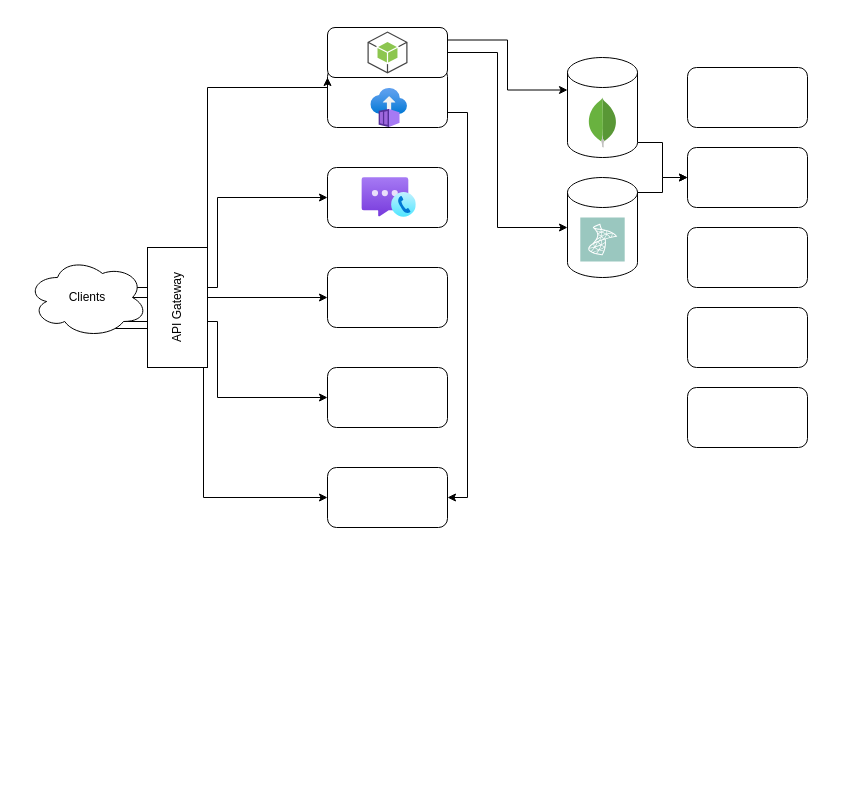
This is diseño de arquitectura.drawio from Josue-Echeverria/ProyectoDiseno, a draw.io file, before an edit. Source tidied: cells renumbered, new cells numbered last; positions are measured from the earlier drawing's top-left corner, leaving out a move shared by most shapes. Both pictures are drawn from the tidied source at 100%, with x=0, y=0 at pixel (27, 27). Pictures stored in the file or linked from it are replaced by grey dashed boxes.
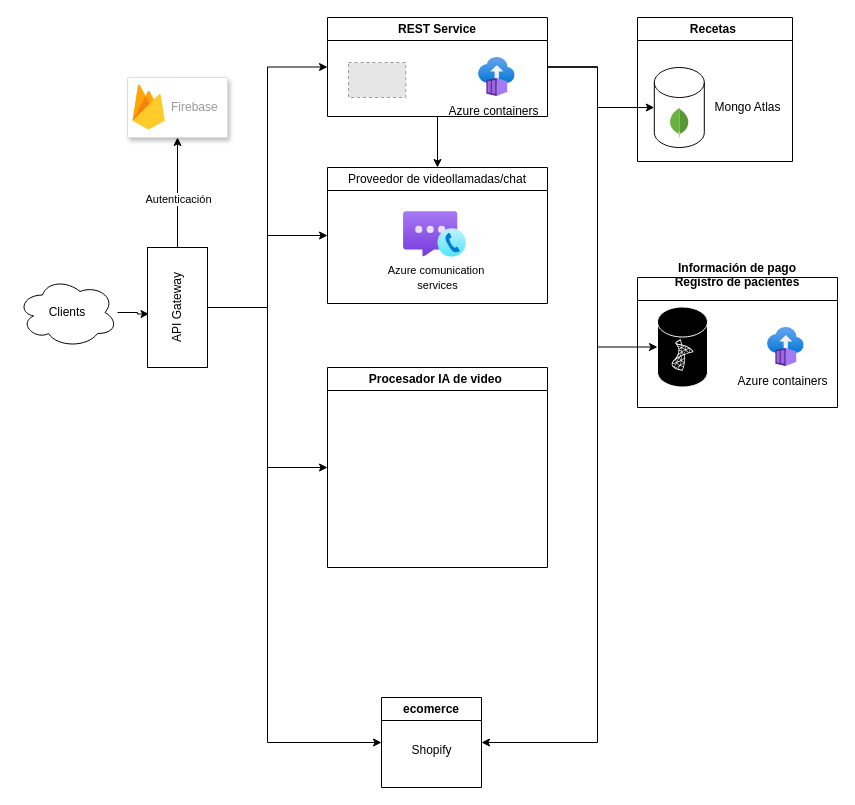
Above is the later version.

The edit, as a diff of the source:
```diff
@@
-    <mxCell id="2" style="edgeStyle=orthogonalEdgeStyle;rounded=0;jettySize=auto;html=1;exitX=1;exitY=0.75;exitDx=0;exitDy=0;entryX=1;entryY=0.5;entryDx=0;entryDy=0;" parent="1" edge="1" source="3" target="13">
-      <mxGeometry relative="1" as="geometry" />
-    </mxCell>
-    <mxCell id="3" style="rounded=1;whiteSpace=wrap;html=1;" parent="1" vertex="1">
-      <mxGeometry x="300" y="40" width="120" height="60" as="geometry" />
-    </mxCell>
-    <mxCell id="4" style="edgeStyle=orthogonalEdgeStyle;rounded=0;jettySize=auto;html=1;exitX=0.625;exitY=0.2;exitDx=0;exitDy=0;exitPerimeter=0;entryX=0;entryY=0.5;entryDx=0;entryDy=0;" parent="1" edge="1" source="8" target="10">
-      <mxGeometry relative="1" as="geometry">
-        <Array as="points">
-          <mxPoint x="75" y="260" />
-          <mxPoint x="190" y="260" />
-          <mxPoint x="190" y="170" />
-        </Array>
-      </mxGeometry>
-    </mxCell>
-    <mxCell id="5" style="edgeStyle=orthogonalEdgeStyle;rounded=0;jettySize=auto;html=1;exitX=0.875;exitY=0.5;exitDx=0;exitDy=0;exitPerimeter=0;" parent="1" edge="1" source="8" target="11">
-      <mxGeometry relative="1" as="geometry" />
-    </mxCell>
-    <mxCell id="6" style="edgeStyle=orthogonalEdgeStyle;rounded=0;jettySize=auto;html=1;exitX=0.8;exitY=0.8;exitDx=0;exitDy=0;exitPerimeter=0;entryX=0;entryY=0.5;entryDx=0;entryDy=0;" parent="1" edge="1" source="8" target="12">
-      <mxGeometry relative="1" as="geometry">
-        <Array as="points">
-          <mxPoint x="190" y="294" />
-          <mxPoint x="190" y="370" />
-        </Array>
-      </mxGeometry>
-    </mxCell>
-    <mxCell id="7" style="edgeStyle=orthogonalEdgeStyle;rounded=0;jettySize=auto;html=1;exitX=0.8;exitY=0.8;exitDx=0;exitDy=0;exitPerimeter=0;entryX=0;entryY=0.5;entryDx=0;entryDy=0;" parent="1" edge="1" target="13">
-      <mxGeometry relative="1" as="geometry">
-        <mxPoint x="50" y="300" as="sourcePoint" />
-        <Array as="points">
-          <mxPoint x="50" y="301" />
-          <mxPoint x="176" y="301" />
-          <mxPoint x="176" y="470" />
-        </Array>
-      </mxGeometry>
-    </mxCell>
     <mxCell id="8" value="Clients" style="ellipse;shape=cloud;whiteSpace=wrap;html=1;" parent="1" vertex="1">
-      <mxGeometry y="230" width="120" height="80" as="geometry" />
+      <mxGeometry x="-10" y="250" width="100" height="70" as="geometry" />
     </mxCell>
-    <mxCell id="9" style="rounded=1;whiteSpace=wrap;html=1;" parent="1" vertex="1">
-      <mxGeometry x="300" width="120" height="50" as="geometry" />
-    </mxCell>
-    <mxCell id="10" style="rounded=1;whiteSpace=wrap;html=1;" parent="1" vertex="1">
-      <mxGeometry x="300" y="140" width="120" height="60" as="geometry" />
-    </mxCell>
-    <mxCell id="11" style="rounded=1;whiteSpace=wrap;html=1;" parent="1" vertex="1">
-      <mxGeometry x="300" y="240" width="120" height="60" as="geometry" />
-    </mxCell>
-    <mxCell id="12" style="rounded=1;whiteSpace=wrap;html=1;" parent="1" vertex="1">
-      <mxGeometry x="300" y="340" width="120" height="60" as="geometry" />
-    </mxCell>
-    <mxCell id="13" style="rounded=1;whiteSpace=wrap;html=1;" parent="1" vertex="1">
-      <mxGeometry x="300" y="440" width="120" height="60" as="geometry" />
-    </mxCell>
-    <mxCell id="14" style="edgeStyle=orthogonalEdgeStyle;rounded=0;jettySize=auto;html=1;exitX=1;exitY=0;exitDx=0;exitDy=15;exitPerimeter=0;entryX=0;entryY=0.5;entryDx=0;entryDy=0;" parent="1" edge="1" source="15" target="19">
-      <mxGeometry relative="1" as="geometry" />
-    </mxCell>
+    <mxCell id="32" style="edgeStyle=orthogonalEdgeStyle;rounded=0;jettySize=auto;html=1;entryX=0;entryY=0.5;entryDx=0;entryDy=0;" parent="1" edge="1" source="24" target="42">
+      <mxGeometry relative="1" as="geometry" />
+    </mxCell>
+    <mxCell id="33" style="edgeStyle=orthogonalEdgeStyle;rounded=0;jettySize=auto;html=1;entryX=0;entryY=0.5;entryDx=0;entryDy=0;" parent="1" edge="1" source="24" target="47">
+      <mxGeometry relative="1" as="geometry" />
+    </mxCell>
+    <mxCell id="34" style="edgeStyle=orthogonalEdgeStyle;rounded=0;jettySize=auto;html=1;entryX=0;entryY=0.5;entryDx=0;entryDy=0;" parent="1" edge="1" source="24" target="45">
+      <mxGeometry relative="1" as="geometry">
+        <Array as="points">
+          <mxPoint x="240" y="280" />
+          <mxPoint x="240" y="715" />
+        </Array>
+      </mxGeometry>
+    </mxCell>
+    <mxCell id="35" style="edgeStyle=orthogonalEdgeStyle;rounded=0;jettySize=auto;html=1;entryX=0.5;entryY=1;entryDx=0;entryDy=0;" parent="1" edge="1" source="24" target="50">
+      <mxGeometry relative="1" as="geometry" />
+    </mxCell>
+    <mxCell id="36" value="Autenticación" style="edgeLabel;html=1;align=center;verticalAlign=middle;" parent="35" vertex="1">
+      <mxGeometry x="-0.11" relative="1" as="geometry" />
+    </mxCell>
+    <mxCell id="37" style="edgeStyle=orthogonalEdgeStyle;rounded=0;jettySize=auto;html=1;entryX=0;entryY=0.5;entryDx=0;entryDy=0;" parent="1" edge="1" source="24" target="38">
+      <mxGeometry relative="1" as="geometry" />
+    </mxCell>
+    <mxCell id="24" value="API Gateway" style="rounded=0;whiteSpace=wrap;html=1;rotation=-90;" parent="1" vertex="1">
+      <mxGeometry x="90" y="250" width="120" height="60" as="geometry" />
+    </mxCell>
+    <mxCell id="38" value="&lt;span style=&quot;font-weight: 400;&quot;&gt;Proveedor de videollamadas/chat&lt;/span&gt;" style="swimlane;whiteSpace=wrap;html=1;" parent="1" vertex="1">
+      <mxGeometry x="300" y="140" width="220" height="136" as="geometry" />
+    </mxCell>
+    <mxCell id="31" style="image;html=1;align=center;fontSize=12;image=img/lib/azure2/other/Azure_Communication_Services.svg;" parent="38" vertex="1">
+      <mxGeometry x="76.1" y="43.9" width="62.8" height="46.2" as="geometry" />
+    </mxCell>
+    <mxCell id="39" value="&lt;font style=&quot;font-size: 11px;&quot;&gt;Azure comunication&amp;nbsp;&lt;br&gt;services&lt;/font&gt;" style="text;html=1;align=center;verticalAlign=middle;strokeColor=none;fillColor=none;" parent="38" vertex="1">
+      <mxGeometry x="50" y="90.1" width="120" height="40" as="geometry" />
+    </mxCell>
+    <mxCell id="40" style="edgeStyle=orthogonalEdgeStyle;rounded=0;jettySize=auto;html=1;entryX=1;entryY=0.5;entryDx=0;entryDy=0;" parent="1" edge="1" source="42" target="45">
+      <mxGeometry relative="1" as="geometry">
+        <Array as="points">
+          <mxPoint x="570" y="40" />
+          <mxPoint x="570" y="715" />
+        </Array>
+      </mxGeometry>
+    </mxCell>
+    <mxCell id="41" style="edgeStyle=orthogonalEdgeStyle;rounded=0;jettySize=auto;html=1;" parent="1" edge="1" source="42" target="38">
+      <mxGeometry relative="1" as="geometry" />
+    </mxCell>
+    <mxCell id="42" value="REST Service" style="swimlane;whiteSpace=wrap;html=1;" parent="1" vertex="1">
+      <mxGeometry x="300" y="-10" width="220" height="99" as="geometry" />
+    </mxCell>
+    <mxCell id="43" style="fillColor=#E6E6E6;strokeColor=#999999;dashed=1;verticalLabelPosition=bottom;labelBackgroundColor=#ffffff;verticalAlign=top;" parent="42" vertex="1">
+      <mxGeometry x="21" y="45" width="57.3" height="35" as="geometry" />
+    </mxCell>
+    <mxCell id="44" style="edgeStyle=orthogonalEdgeStyle;rounded=0;jettySize=auto;html=1;entryX=0.446;entryY=0.025;entryDx=0;entryDy=0;entryPerimeter=0;" parent="1" edge="1" source="8" target="24">
+      <mxGeometry relative="1" as="geometry" />
+    </mxCell>
+    <mxCell id="45" value="ecomerce" style="swimlane;whiteSpace=wrap;html=1;startSize=23;" parent="1" vertex="1">
+      <mxGeometry x="354" y="670" width="100" height="90" as="geometry" />
+    </mxCell>
+    <mxCell id="46" value="Shopify" style="text;html=1;align=center;verticalAlign=middle;strokeColor=none;fillColor=none;" parent="45" vertex="1">
+      <mxGeometry x="20" y="38" width="60" height="30" as="geometry" />
+    </mxCell>
+    <mxCell id="47" value="Procesador IA de video&amp;nbsp;" style="swimlane;whiteSpace=wrap;html=1;" parent="1" vertex="1">
+      <mxGeometry x="300" y="340" width="220" height="200" as="geometry" />
+    </mxCell>
+    <mxCell id="48" style="edgeStyle=orthogonalEdgeStyle;rounded=0;jettySize=auto;html=1;entryX=0;entryY=0.5;entryDx=0;entryDy=0;entryPerimeter=0;" parent="1" edge="1" source="42" target="17">
+      <mxGeometry relative="1" as="geometry">
+        <Array as="points">
+          <mxPoint x="570" y="40" />
+          <mxPoint x="570" y="80" />
+        </Array>
+      </mxGeometry>
+    </mxCell>
+    <mxCell id="49" style="edgeStyle=orthogonalEdgeStyle;rounded=0;jettySize=auto;html=1;entryX=0;entryY=0.5;entryDx=0;entryDy=0;entryPerimeter=0;" parent="1" edge="1" source="42" target="15">
+      <mxGeometry relative="1" as="geometry">
+        <Array as="points">
+          <mxPoint x="570" y="40" />
+          <mxPoint x="570" y="320" />
+        </Array>
+      </mxGeometry>
+    </mxCell>
+    <mxCell id="50" style="strokeColor=#dddddd;shadow=1;strokeWidth=1;rounded=1;absoluteArcSize=1;arcSize=2;" parent="1" vertex="1">
+      <mxGeometry x="100" y="50" width="100" height="60" as="geometry" />
+    </mxCell>
+    <mxCell id="51" value="Firebase" style="sketch=0;dashed=0;html=1;fillColor=#5184F3;strokeColor=none;shape=mxgraph.gcp2.firebase;labelPosition=right;verticalLabelPosition=middle;align=left;verticalAlign=middle;spacingLeft=5;fontColor=#999999;fontSize=12;" parent="50" vertex="1">
+      <mxGeometry width="32.4" height="45" relative="1" as="geometry">
+        <mxPoint x="5" y="7" as="offset" />
+      </mxGeometry>
+    </mxCell>
+    <mxCell id="52" style="group;" parent="1" vertex="1">
+      <mxGeometry x="411" y="30" width="110" height="69" as="geometry" />
+    </mxCell>
+    <mxCell id="53" style="image;html=1;align=center;fontSize=12;image=img/lib/azure2/compute/Container_Instances.svg;strokeColor=default;verticalAlign=middle;fontFamily=Helvetica;fontColor=default;fontStyle=1;fillColor=default;" parent="52" vertex="1">
+      <mxGeometry x="40" width="36.7" height="39" as="geometry" />
+    </mxCell>
+    <mxCell id="54" value="Azure containers" style="text;html=1;align=center;verticalAlign=middle;strokeColor=none;fillColor=none;" parent="52" vertex="1">
+      <mxGeometry y="39" width="110" height="30" as="geometry" />
+    </mxCell>
+    <mxCell id="55" value="Información de pago&lt;br&gt;Registro de pacientes&lt;div&gt;&lt;br&gt;&lt;div&gt;&lt;br&gt;&lt;/div&gt;&lt;/div&gt;" style="swimlane;whiteSpace=wrap;html=1;" parent="1" vertex="1">
+      <mxGeometry x="610" y="250" width="200" height="130" as="geometry" />
+    </mxCell>
+    <mxCell id="56" style="group;" parent="55" vertex="1">
+      <mxGeometry x="90" y="50" width="110" height="69" as="geometry" />
+    </mxCell>
+    <mxCell id="26" style="image;html=1;align=center;fontSize=12;image=img/lib/azure2/compute/Container_Instances.svg;strokeColor=default;verticalAlign=middle;fontFamily=Helvetica;fontColor=default;fontStyle=1;fillColor=default;" parent="56" vertex="1">
+      <mxGeometry x="40" width="36.7" height="39" as="geometry" />
+    </mxCell>
+    <mxCell id="57" value="Azure containers" style="text;html=1;align=center;verticalAlign=middle;strokeColor=none;fillColor=none;" parent="56" vertex="1">
+      <mxGeometry y="39" width="110" height="30" as="geometry" />
+    </mxCell>
+    <mxCell id="58" style="group;" parent="55" vertex="1">
+      <mxGeometry y="29.5" width="90" height="115" as="geometry" />
+    </mxCell>
-    <mxCell id="15" style="shape=cylinder3;whiteSpace=wrap;html=1;boundedLbl=1;backgroundOutline=1;size=15;" parent="1" vertex="1">
-      <mxGeometry x="540" y="150" width="70" height="100" as="geometry" />
+    <mxCell id="15" style="shape=cylinder3;whiteSpace=wrap;html=1;boundedLbl=1;backgroundOutline=1;size=15;fillColor=#000000;gradientColor=none;strokeColor=#FFFFFF;" parent="58" vertex="1">
+      <mxGeometry x="20" width="50" height="80" as="geometry" />
     </mxCell>
-    <mxCell id="16" style="edgeStyle=orthogonalEdgeStyle;rounded=0;jettySize=auto;html=1;exitX=1;exitY=1;exitDx=0;exitDy=-15;exitPerimeter=0;entryX=0;entryY=0.5;entryDx=0;entryDy=0;" parent="1" edge="1" source="17" target="19">
-      <mxGeometry relative="1" as="geometry" />
-    </mxCell>
+    <mxCell id="28" style="sketch=0;shadow=1;dashed=0;html=1;strokeColor=none;fillColor=none;labelPosition=center;verticalLabelPosition=bottom;verticalAlign=top;align=center;shape=mxgraph.veeam2.microsoft_sql;strokeWidth=10;" parent="58" vertex="1">
+      <mxGeometry x="28.2" y="26" width="33.6" height="44" as="geometry" />
+    </mxCell>
+    <mxCell id="59" value="Recetas&amp;nbsp;" style="swimlane;whiteSpace=wrap;html=1;" parent="1" vertex="1">
+      <mxGeometry x="610" y="-10" width="155" height="144" as="geometry" />
+    </mxCell>
+    <mxCell id="60" style="group;" parent="59" vertex="1">
+      <mxGeometry x="16.8" y="50" width="50" height="80" as="geometry" />
+    </mxCell>
-    <mxCell id="17" style="shape=cylinder3;whiteSpace=wrap;html=1;boundedLbl=1;backgroundOutline=1;size=15;" parent="1" vertex="1">
-      <mxGeometry x="540" y="30" width="70" height="100" as="geometry" />
+    <mxCell id="17" style="shape=cylinder3;whiteSpace=wrap;html=1;boundedLbl=1;backgroundOutline=1;size=15;" parent="60" vertex="1">
+      <mxGeometry width="50" height="80" as="geometry" />
     </mxCell>
-    <mxCell id="18" style="rounded=1;whiteSpace=wrap;html=1;" parent="1" vertex="1">
-      <mxGeometry x="660" y="40" width="120" height="60" as="geometry" />
-    </mxCell>
-    <mxCell id="19" style="rounded=1;whiteSpace=wrap;html=1;" parent="1" vertex="1">
-      <mxGeometry x="660" y="120" width="120" height="60" as="geometry" />
-    </mxCell>
-    <mxCell id="20" style="rounded=1;whiteSpace=wrap;html=1;" parent="1" vertex="1">
-      <mxGeometry x="660" y="200" width="120" height="60" as="geometry" />
-    </mxCell>
-    <mxCell id="21" style="rounded=1;whiteSpace=wrap;html=1;" parent="1" vertex="1">
-      <mxGeometry x="660" y="280" width="120" height="60" as="geometry" />
-    </mxCell>
-    <mxCell id="22" style="rounded=1;whiteSpace=wrap;html=1;" parent="1" vertex="1">
-      <mxGeometry x="660" y="360" width="120" height="60" as="geometry" />
-    </mxCell>
-    <mxCell id="23" style="edgeStyle=orthogonalEdgeStyle;rounded=0;jettySize=auto;html=1;exitX=1;exitY=1;exitDx=0;exitDy=0;entryX=0;entryY=1;entryDx=0;entryDy=0;" parent="1" edge="1" source="24" target="9">
-      <mxGeometry relative="1" as="geometry">
-        <Array as="points">
-          <mxPoint x="180" y="60" />
-        </Array>
-      </mxGeometry>
-    </mxCell>
-    <mxCell id="24" value="API Gateway" style="rounded=0;whiteSpace=wrap;html=1;rotation=-90;" parent="1" vertex="1">
-      <mxGeometry x="90" y="250" width="120" height="60" as="geometry" />
-    </mxCell>
-    <mxCell id="25" style="dashed=0;verticalLabelPosition=bottom;verticalAlign=top;align=center;html=1;shape=mxgraph.aws3.android;fillColor=#8CC64F;gradientColor=none;strokeColor=default;fontFamily=Helvetica;fontSize=12;fontColor=default;fontStyle=1;" parent="1" vertex="1">
-      <mxGeometry x="340" y="4" width="40" height="42" as="geometry" />
-    </mxCell>
-    <mxCell id="26" style="image;html=1;align=center;fontSize=12;image=img/lib/azure2/compute/Container_Instances.svg;strokeColor=default;verticalAlign=middle;fontFamily=Helvetica;fontColor=default;fontStyle=1;fillColor=default;" parent="1" vertex="1">
-      <mxGeometry x="343.3" y="61" width="36.7" height="39" as="geometry" />
-    </mxCell>
-    <mxCell id="27" style="dashed=0;html=1;align=center;labelPosition=center;verticalLabelPosition=bottom;verticalAlign=top;shape=mxgraph.weblogos.mongodb;" parent="1" vertex="1">
-      <mxGeometry x="560.4" y="70" width="29.2" height="50" as="geometry" />
+    <mxCell id="27" style="dashed=0;html=1;align=center;labelPosition=center;verticalLabelPosition=bottom;verticalAlign=top;shape=mxgraph.weblogos.mongodb;" parent="60" vertex="1">
+      <mxGeometry x="15.2" y="40" width="19.6" height="30" as="geometry" />
     </mxCell>
-    <mxCell id="28" style="sketch=0;shadow=0;dashed=0;html=1;strokeColor=none;fillColor=#9AC7BF;labelPosition=center;verticalLabelPosition=bottom;verticalAlign=top;align=center;shape=mxgraph.veeam2.microsoft_sql;" parent="1" vertex="1">
-      <mxGeometry x="552.8" y="190" width="44.4" height="44" as="geometry" />
-    </mxCell>
-    <mxCell id="29" style="edgeStyle=orthogonalEdgeStyle;rounded=0;jettySize=auto;html=1;exitX=1;exitY=0.25;exitDx=0;exitDy=0;entryX=0;entryY=0;entryDx=0;entryDy=32.5;entryPerimeter=0;" parent="1" edge="1" source="9" target="17">
-      <mxGeometry relative="1" as="geometry" />
-    </mxCell>
-    <mxCell id="30" style="edgeStyle=orthogonalEdgeStyle;rounded=0;jettySize=auto;html=1;exitX=1;exitY=0.5;exitDx=0;exitDy=0;entryX=0;entryY=0.5;entryDx=0;entryDy=0;entryPerimeter=0;" parent="1" edge="1" source="9" target="15">
-      <mxGeometry relative="1" as="geometry">
-        <Array as="points">
-          <mxPoint x="470" y="25" />
-          <mxPoint x="470" y="200" />
-        </Array>
-      </mxGeometry>
-    </mxCell>
-    <mxCell id="31" style="image;html=1;align=center;fontSize=12;image=img/lib/azure2/other/Azure_Communication_Services.svg;" parent="1" vertex="1">
-      <mxGeometry x="334.4" y="150" width="54.4" height="40" as="geometry" />
-    </mxCell>
+    <mxCell id="61" value="Mongo Atlas" style="text;html=1;align=center;verticalAlign=middle;strokeColor=none;fillColor=none;" parent="59" vertex="1">
+      <mxGeometry x="65" y="75" width="90" height="30" as="geometry" />
+    </mxCell>
```
